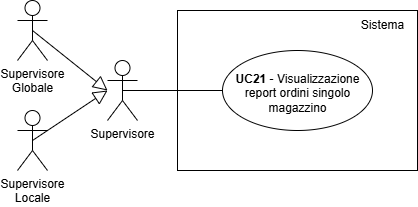
Above: documents/rtb/assets/UC21.png in teamcodealchemists/docs (draw.io), before the change. Source tidied: cells renumbered, new cells last; positions are measured from the earlier drawing's top-left corner, leaving out a move shared by most shapes. Its diagram source:
```xml
<mxGraphModel>
  <root>
    <mxCell id="0" />
    <mxCell id="1" parent="0" />
    <mxCell id="2" style="rounded=0;whiteSpace=wrap;html=1;" parent="1" vertex="1">
      <mxGeometry x="160" y="10" width="240" height="160" as="geometry" />
    </mxCell>
    <mxCell id="3" value="Sistema" style="text;html=1;align=center;verticalAlign=middle;strokeColor=none;fillColor=none;" parent="1" vertex="1">
      <mxGeometry x="330" y="10" width="70" height="30" as="geometry" />
    </mxCell>
    <mxCell id="4" style="ellipse;whiteSpace=wrap;html=1;fontStyle=1;" parent="1" vertex="1">
      <mxGeometry x="205" y="50" width="150" height="80" as="geometry" />
    </mxCell>
    <mxCell id="5" value="&lt;b&gt;UC21&amp;nbsp;&lt;/b&gt;- Visualizzazione&lt;div&gt;report ordini singolo&lt;/div&gt;&lt;div&gt;magazzino&lt;/div&gt;" style="text;html=1;align=center;verticalAlign=middle;strokeColor=none;fillColor=none;" parent="1" vertex="1">
      <mxGeometry x="205" y="63" width="150" height="60" as="geometry" />
    </mxCell>
    <mxCell id="6" style="endArrow=none;html=1;rounded=0;entryX=0;entryY=0.5;entryDx=0;entryDy=0;exitX=0.5;exitY=0.5;exitDx=0;exitDy=0;exitPerimeter=0;" parent="1" edge="1" source="7" target="4">
      <mxGeometry relative="1" as="geometry" />
    </mxCell>
    <mxCell id="7" value="Supervisore" style="shape=umlActor;verticalLabelPosition=bottom;verticalAlign=top;html=1;outlineConnect=0;" parent="1" vertex="1">
      <mxGeometry x="90" y="60" width="30" height="60" as="geometry" />
    </mxCell>
    <mxCell id="8" value="Supervisore&lt;div&gt;Globale&lt;/div&gt;" style="shape=umlActor;verticalLabelPosition=bottom;verticalAlign=top;html=1;outlineConnect=0;" parent="1" vertex="1">
      <mxGeometry width="30" height="60" as="geometry" />
    </mxCell>
    <mxCell id="9" value="Supervisore&lt;div&gt;Locale&lt;/div&gt;" style="shape=umlActor;verticalLabelPosition=bottom;verticalAlign=top;html=1;outlineConnect=0;" parent="1" vertex="1">
      <mxGeometry y="110" width="30" height="60" as="geometry" />
    </mxCell>
    <mxCell id="10" style="endArrow=block;html=1;rounded=0;exitX=0.5;exitY=0.5;exitDx=0;exitDy=0;exitPerimeter=0;endFill=0;endSize=12;" parent="1" edge="1" source="8">
      <mxGeometry relative="1" as="geometry">
        <mxPoint x="90" y="90" as="targetPoint" />
      </mxGeometry>
    </mxCell>
    <mxCell id="11" style="endArrow=block;html=1;rounded=0;exitX=0.5;exitY=0.5;exitDx=0;exitDy=0;exitPerimeter=0;endFill=0;endSize=12;" parent="1" edge="1" source="9">
      <mxGeometry relative="1" as="geometry">
        <mxPoint x="90" y="90" as="targetPoint" />
      </mxGeometry>
    </mxCell>
  </root>
</mxGraphModel>
```
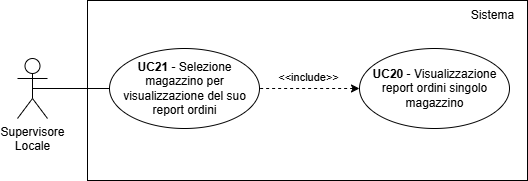
Later version of the same file.

What changed in the source:
```diff
@@ -1,40 +1,38 @@
 <mxGraphModel>
   <root>
-    <mxCell id="0" />
-    <mxCell id="1" parent="0" />
-    <mxCell id="2" style="rounded=0;whiteSpace=wrap;html=1;" parent="1" vertex="1">
-      <mxGeometry x="160" y="10" width="240" height="160" as="geometry" />
-    </mxCell>
+    <mxCell id="12" />
+    <mxCell id="13" parent="12" />
+    <mxCell id="9" value="Supervisore&lt;div&gt;Locale&lt;/div&gt;" style="shape=umlActor;verticalLabelPosition=bottom;verticalAlign=top;html=1;outlineConnect=0;" parent="13" vertex="1">
+      <mxGeometry x="-70" y="-52" width="30" height="60" as="geometry" />
+    </mxCell>
+    <mxCell id="14" style="rounded=0;whiteSpace=wrap;html=1;" parent="13" vertex="1">
+      <mxGeometry y="-110" width="440" height="180" as="geometry" />
+    </mxCell>
+    <mxCell id="15" style="ellipse;whiteSpace=wrap;html=1;fontStyle=1;" parent="13" vertex="1">
+      <mxGeometry x="22" y="-62" width="150" height="80" as="geometry" />
+    </mxCell>
+    <mxCell id="16" value="&lt;b&gt;UC21&amp;nbsp;&lt;/b&gt;- Selezione&lt;div&gt;magazzino per&lt;/div&gt;&lt;div&gt;visualizzazione del suo&lt;/div&gt;&lt;div&gt;report ordini&lt;/div&gt;" style="text;html=1;align=center;verticalAlign=middle;strokeColor=none;fillColor=none;" parent="13" vertex="1">
+      <mxGeometry x="22" y="-57" width="150" height="70" as="geometry" />
+    </mxCell>
+    <mxCell id="17" style="endArrow=none;html=1;rounded=0;entryX=0;entryY=0.5;entryDx=0;entryDy=0;exitX=0.5;exitY=0.5;exitDx=0;exitDy=0;exitPerimeter=0;" parent="13" edge="1" source="9" target="15">
+      <mxGeometry relative="1" as="geometry" />
+    </mxCell>
+    <mxCell id="18" style="edgeStyle=orthogonalEdgeStyle;rounded=0;jettySize=auto;html=1;entryX=1;entryY=0.5;entryDx=0;entryDy=0;dashed=1;startArrow=classic;startFill=1;endArrow=none;" parent="13" edge="1" source="20" target="15">
+      <mxGeometry relative="1" as="geometry" />
+    </mxCell>
+    <mxCell id="19" value="&amp;lt;&amp;lt;include&amp;gt;&amp;gt;" style="edgeLabel;html=1;align=center;verticalAlign=middle;" parent="18" vertex="1">
+      <mxGeometry x="-0.17" y="-3" relative="1" as="geometry">
+        <mxPoint x="-11" y="-9" as="offset" />
+      </mxGeometry>
+    </mxCell>
+    <mxCell id="20" style="ellipse;whiteSpace=wrap;html=1;fontStyle=1;" parent="13" vertex="1">
+      <mxGeometry x="272" y="-62" width="150" height="80" as="geometry" />
+    </mxCell>
+    <mxCell id="21" value="&lt;b&gt;UC20&amp;nbsp;&lt;/b&gt;- Visualizzazione&lt;div&gt;report ordini singolo&lt;/div&gt;&lt;div&gt;magazzino&lt;/div&gt;" style="text;html=1;align=center;verticalAlign=middle;strokeColor=none;fillColor=none;" parent="13" vertex="1">
+      <mxGeometry x="272" y="-52" width="150" height="60" as="geometry" />
+    </mxCell>
-    <mxCell id="3" value="Sistema" style="text;html=1;align=center;verticalAlign=middle;strokeColor=none;fillColor=none;" parent="1" vertex="1">
-      <mxGeometry x="330" y="10" width="70" height="30" as="geometry" />
+    <mxCell id="3" value="Sistema" style="text;html=1;align=center;verticalAlign=middle;strokeColor=none;fillColor=none;" parent="13" vertex="1">
+      <mxGeometry x="370" y="-110" width="70" height="30" as="geometry" />
     </mxCell>
-    <mxCell id="4" style="ellipse;whiteSpace=wrap;html=1;fontStyle=1;" parent="1" vertex="1">
-      <mxGeometry x="205" y="50" width="150" height="80" as="geometry" />
-    </mxCell>
-    <mxCell id="5" value="&lt;b&gt;UC21&amp;nbsp;&lt;/b&gt;- Visualizzazione&lt;div&gt;report ordini singolo&lt;/div&gt;&lt;div&gt;magazzino&lt;/div&gt;" style="text;html=1;align=center;verticalAlign=middle;strokeColor=none;fillColor=none;" parent="1" vertex="1">
-      <mxGeometry x="205" y="63" width="150" height="60" as="geometry" />
-    </mxCell>
-    <mxCell id="6" style="endArrow=none;html=1;rounded=0;entryX=0;entryY=0.5;entryDx=0;entryDy=0;exitX=0.5;exitY=0.5;exitDx=0;exitDy=0;exitPerimeter=0;" parent="1" edge="1" source="7" target="4">
-      <mxGeometry relative="1" as="geometry" />
-    </mxCell>
-    <mxCell id="7" value="Supervisore" style="shape=umlActor;verticalLabelPosition=bottom;verticalAlign=top;html=1;outlineConnect=0;" parent="1" vertex="1">
-      <mxGeometry x="90" y="60" width="30" height="60" as="geometry" />
-    </mxCell>
-    <mxCell id="8" value="Supervisore&lt;div&gt;Globale&lt;/div&gt;" style="shape=umlActor;verticalLabelPosition=bottom;verticalAlign=top;html=1;outlineConnect=0;" parent="1" vertex="1">
-      <mxGeometry width="30" height="60" as="geometry" />
-    </mxCell>
-    <mxCell id="9" value="Supervisore&lt;div&gt;Locale&lt;/div&gt;" style="shape=umlActor;verticalLabelPosition=bottom;verticalAlign=top;html=1;outlineConnect=0;" parent="1" vertex="1">
-      <mxGeometry y="110" width="30" height="60" as="geometry" />
-    </mxCell>
-    <mxCell id="10" style="endArrow=block;html=1;rounded=0;exitX=0.5;exitY=0.5;exitDx=0;exitDy=0;exitPerimeter=0;endFill=0;endSize=12;" parent="1" edge="1" source="8">
-      <mxGeometry relative="1" as="geometry">
-        <mxPoint x="90" y="90" as="targetPoint" />
-      </mxGeometry>
-    </mxCell>
-    <mxCell id="11" style="endArrow=block;html=1;rounded=0;exitX=0.5;exitY=0.5;exitDx=0;exitDy=0;exitPerimeter=0;endFill=0;endSize=12;" parent="1" edge="1" source="9">
-      <mxGeometry relative="1" as="geometry">
-        <mxPoint x="90" y="90" as="targetPoint" />
-      </mxGeometry>
-    </mxCell>
   </root>
 </mxGraphModel>
```
